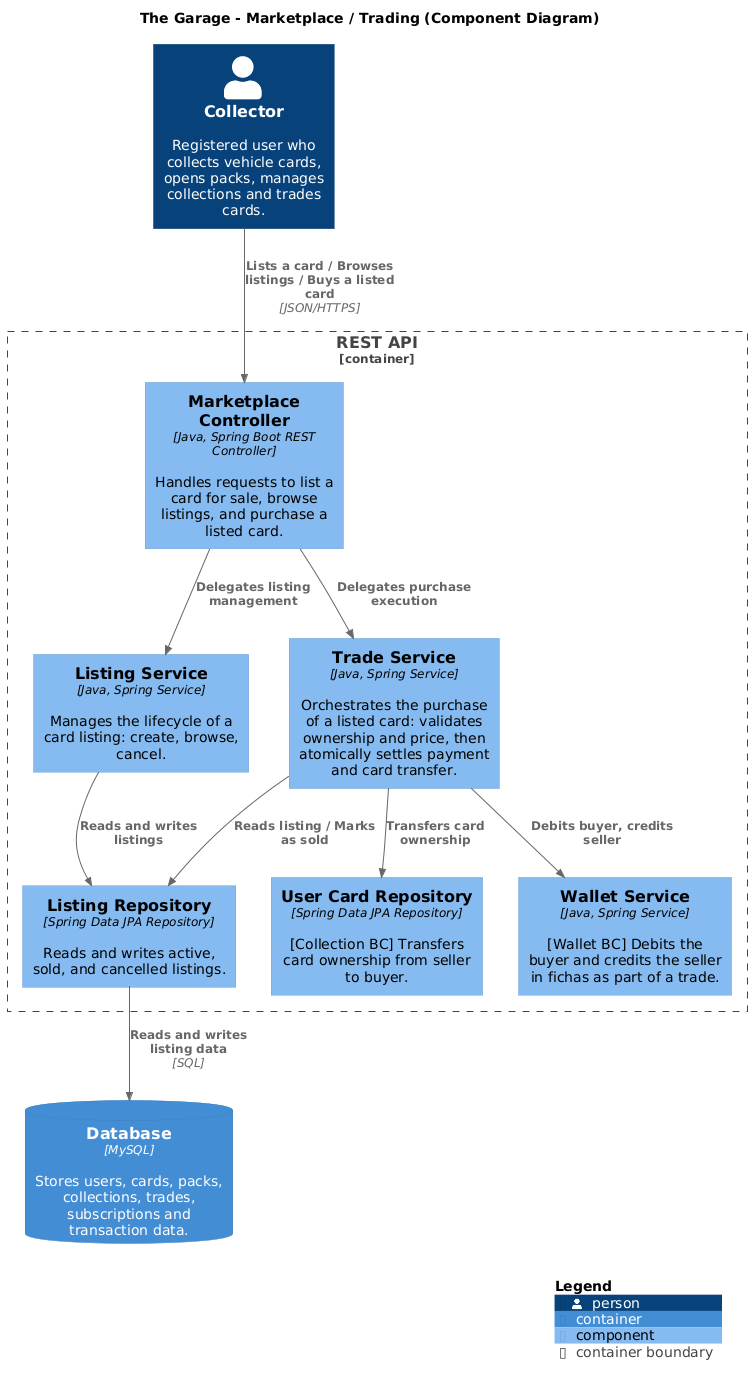
Before: exports/ComponentDiagrams/Marketplace-ComponentDiagram.png, a diagram exported from PlantUML (the-garage-studio/the-garage-c4-model-design).
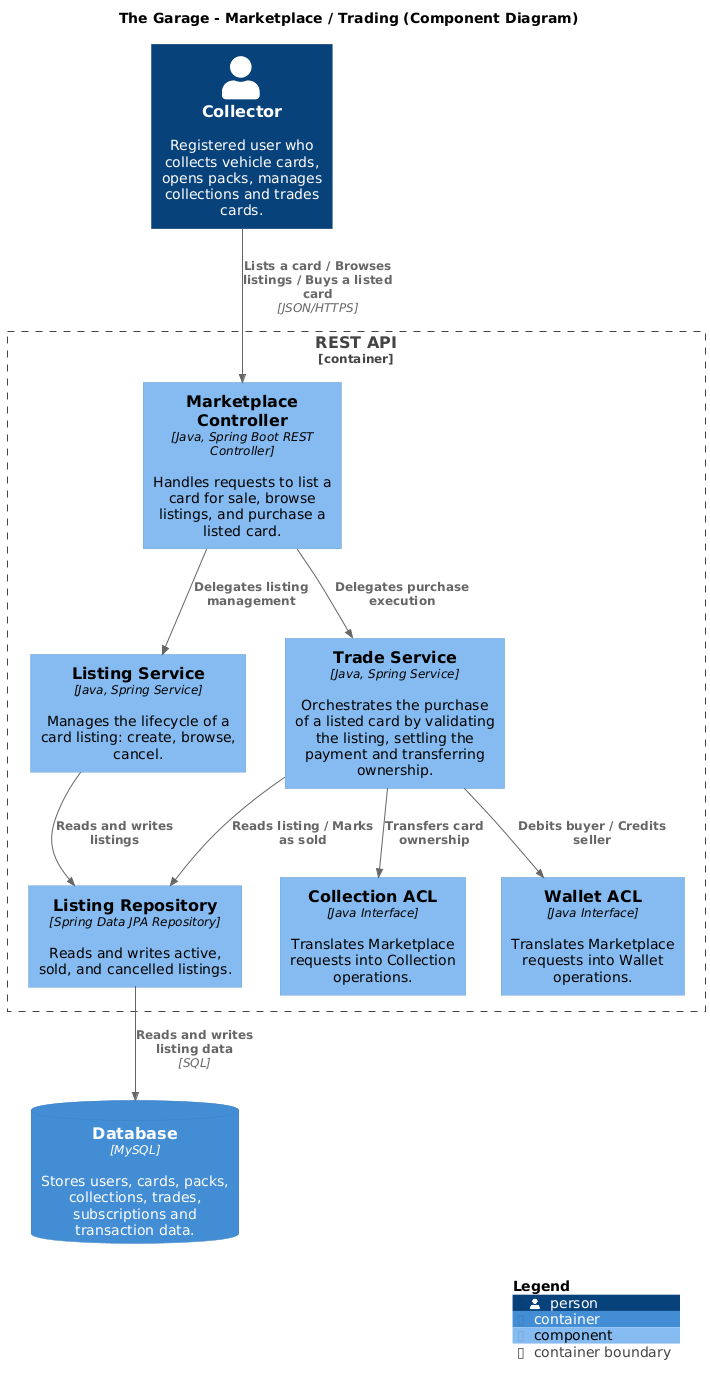
After the change.

The edit, as a diff of the source:
```diff
@@ -12,10 +12,11 @@
     Component(marketplace_controller, "Marketplace Controller", "Java, Spring Boot REST Controller", "Handles requests to list a card for sale, browse listings, and purchase a listed card.")
 
     Component(listing_service, "Listing Service", "Java, Spring Service", "Manages the lifecycle of a card listing: create, browse, cancel.")
-    Component(trade_service, "Trade Service", "Java, Spring Service", "Orchestrates the purchase of a listed card: validates ownership and price, then atomically settles payment and card transfer.")
+    Component(trade_service, "Trade Service", "Java, Spring Service", "Orchestrates the purchase of a listed card by validating the listing, settling the payment and transferring ownership.")
 
-    Component(wallet_service, "Wallet Service", "Java, Spring Service", "[Wallet BC] Debits the buyer and credits the seller in fichas as part of a trade.")
-    Component(user_card_repository, "User Card Repository", "Spring Data JPA Repository", "[Collection BC] Transfers card ownership from seller to buyer.")
+    Component(wallet_acl, "Wallet ACL", "Java Interface", "Translates Marketplace requests into Wallet operations.")
+
+    Component(collection_acl, "Collection ACL", "Java Interface", "Translates Marketplace requests into Collection operations.")
 
     Component(listing_repository, "Listing Repository", "Spring Data JPA Repository", "Reads and writes active, sold, and cancelled listings.")
 }
@@ -30,8 +31,10 @@
 Rel(listing_service, listing_repository, "Reads and writes listings")
 
 Rel(trade_service, listing_repository, "Reads listing / Marks as sold")
-Rel(trade_service, wallet_service, "Debits buyer, credits seller")
-Rel(trade_service, user_card_repository, "Transfers card ownership")
+
+Rel(trade_service, wallet_acl, "Debits buyer / Credits seller")
+
+Rel(trade_service, collection_acl, "Transfers card ownership")
 
 Rel(listing_repository, database, "Reads and writes listing data", "SQL")
 
```
